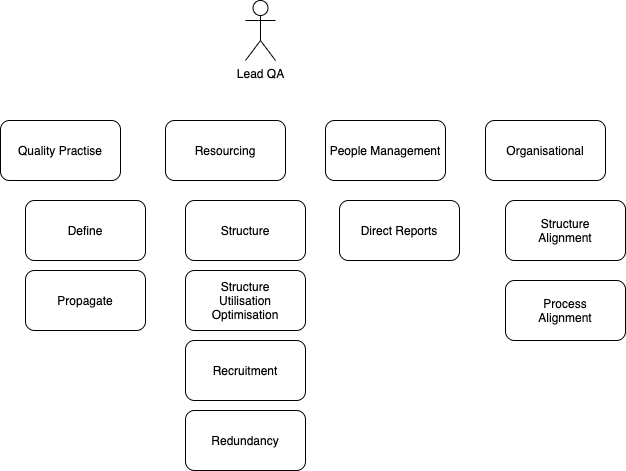
Before: career-planning/qa-lead-role.xml.png, a diagram exported from draw.io (s-gurjit/diagrams). Source tidied: cells renumbered, new cells last; positions are measured from the earlier drawing's top-left corner, leaving out a move shared by most shapes.
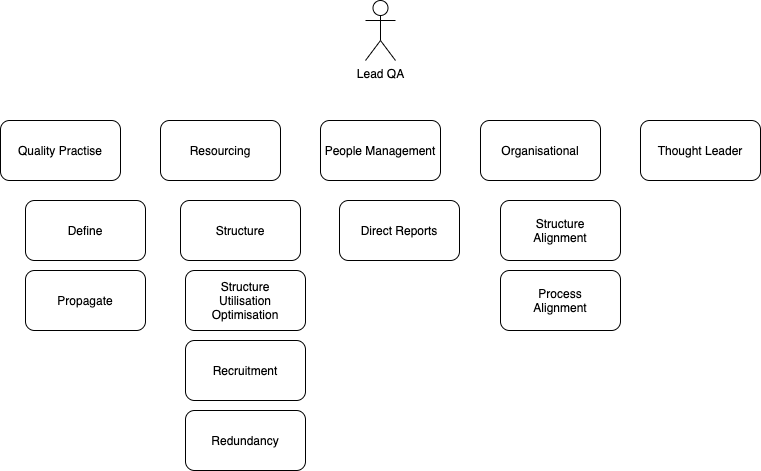
Later version of the same file.

What changed in the source:
```diff
@@ -3,46 +3,49 @@
     <mxCell id="0" />
     <mxCell id="1" parent="0" />
     <mxCell id="2" value="Lead QA" style="shape=umlActor;verticalLabelPosition=bottom;labelBackgroundColor=#ffffff;verticalAlign=top;html=1;" parent="1" vertex="1">
-      <mxGeometry x="245" width="30" height="60" as="geometry" />
+      <mxGeometry x="330" width="30" height="60" as="geometry" />
     </mxCell>
     <mxCell id="3" value="Quality Practise" style="rounded=1;whiteSpace=wrap;html=1;" parent="1" vertex="1">
-      <mxGeometry y="120" width="120" height="60" as="geometry" />
+      <mxGeometry x="-35" y="120" width="120" height="60" as="geometry" />
     </mxCell>
     <mxCell id="4" value="Structure" style="rounded=1;whiteSpace=wrap;html=1;" parent="1" vertex="1">
-      <mxGeometry x="185" y="200" width="120" height="60" as="geometry" />
+      <mxGeometry x="145" y="200" width="120" height="60" as="geometry" />
     </mxCell>
     <mxCell id="5" value="People Management" style="rounded=1;whiteSpace=wrap;html=1;" parent="1" vertex="1">
-      <mxGeometry x="325" y="120" width="120" height="60" as="geometry" />
+      <mxGeometry x="285" y="120" width="120" height="60" as="geometry" />
     </mxCell>
     <mxCell id="6" value="Direct Reports" style="rounded=1;whiteSpace=wrap;html=1;" parent="1" vertex="1">
-      <mxGeometry x="339" y="200" width="120" height="60" as="geometry" />
+      <mxGeometry x="304" y="200" width="120" height="60" as="geometry" />
     </mxCell>
     <mxCell id="7" value="Define" style="rounded=1;whiteSpace=wrap;html=1;" parent="1" vertex="1">
-      <mxGeometry x="25" y="200" width="120" height="60" as="geometry" />
+      <mxGeometry x="-10" y="200" width="120" height="60" as="geometry" />
     </mxCell>
     <mxCell id="8" value="Propagate" style="rounded=1;whiteSpace=wrap;html=1;" parent="1" vertex="1">
-      <mxGeometry x="25" y="270" width="120" height="60" as="geometry" />
+      <mxGeometry x="-10" y="270" width="120" height="60" as="geometry" />
     </mxCell>
     <mxCell id="9" value="Resourcing" style="rounded=1;whiteSpace=wrap;html=1;" parent="1" vertex="1">
-      <mxGeometry x="165" y="120" width="120" height="60" as="geometry" />
+      <mxGeometry x="125" y="120" width="120" height="60" as="geometry" />
     </mxCell>
     <mxCell id="10" value="Recruitment" style="rounded=1;whiteSpace=wrap;html=1;" parent="1" vertex="1">
-      <mxGeometry x="185" y="340" width="120" height="60" as="geometry" />
+      <mxGeometry x="150" y="340" width="120" height="60" as="geometry" />
     </mxCell>
     <mxCell id="11" value="Redundancy" style="rounded=1;whiteSpace=wrap;html=1;" parent="1" vertex="1">
-      <mxGeometry x="185" y="410" width="120" height="60" as="geometry" />
+      <mxGeometry x="150" y="410" width="120" height="60" as="geometry" />
     </mxCell>
     <mxCell id="12" value="Structure&lt;br&gt;Utilisation&lt;br&gt;Optimisation" style="rounded=1;whiteSpace=wrap;html=1;" parent="1" vertex="1">
-      <mxGeometry x="185" y="270" width="120" height="60" as="geometry" />
+      <mxGeometry x="150" y="270" width="120" height="60" as="geometry" />
     </mxCell>
     <mxCell id="13" value="Organisational" style="rounded=1;whiteSpace=wrap;html=1;" parent="1" vertex="1">
-      <mxGeometry x="485" y="120" width="120" height="60" as="geometry" />
+      <mxGeometry x="445" y="120" width="120" height="60" as="geometry" />
     </mxCell>
     <mxCell id="14" value="Structure&lt;br&gt;Alignment" style="rounded=1;whiteSpace=wrap;html=1;" parent="1" vertex="1">
-      <mxGeometry x="505" y="200" width="120" height="60" as="geometry" />
+      <mxGeometry x="465" y="200" width="120" height="60" as="geometry" />
     </mxCell>
     <mxCell id="15" value="Process&lt;br&gt;Alignment" style="rounded=1;whiteSpace=wrap;html=1;" parent="1" vertex="1">
-      <mxGeometry x="505" y="280" width="120" height="60" as="geometry" />
+      <mxGeometry x="465" y="270" width="120" height="60" as="geometry" />
     </mxCell>
+    <mxCell id="16" value="Thought Leader" style="rounded=1;whiteSpace=wrap;html=1;" parent="1" vertex="1">
+      <mxGeometry x="605" y="120" width="120" height="60" as="geometry" />
+    </mxCell>
   </root>
 </mxGraphModel>
```
